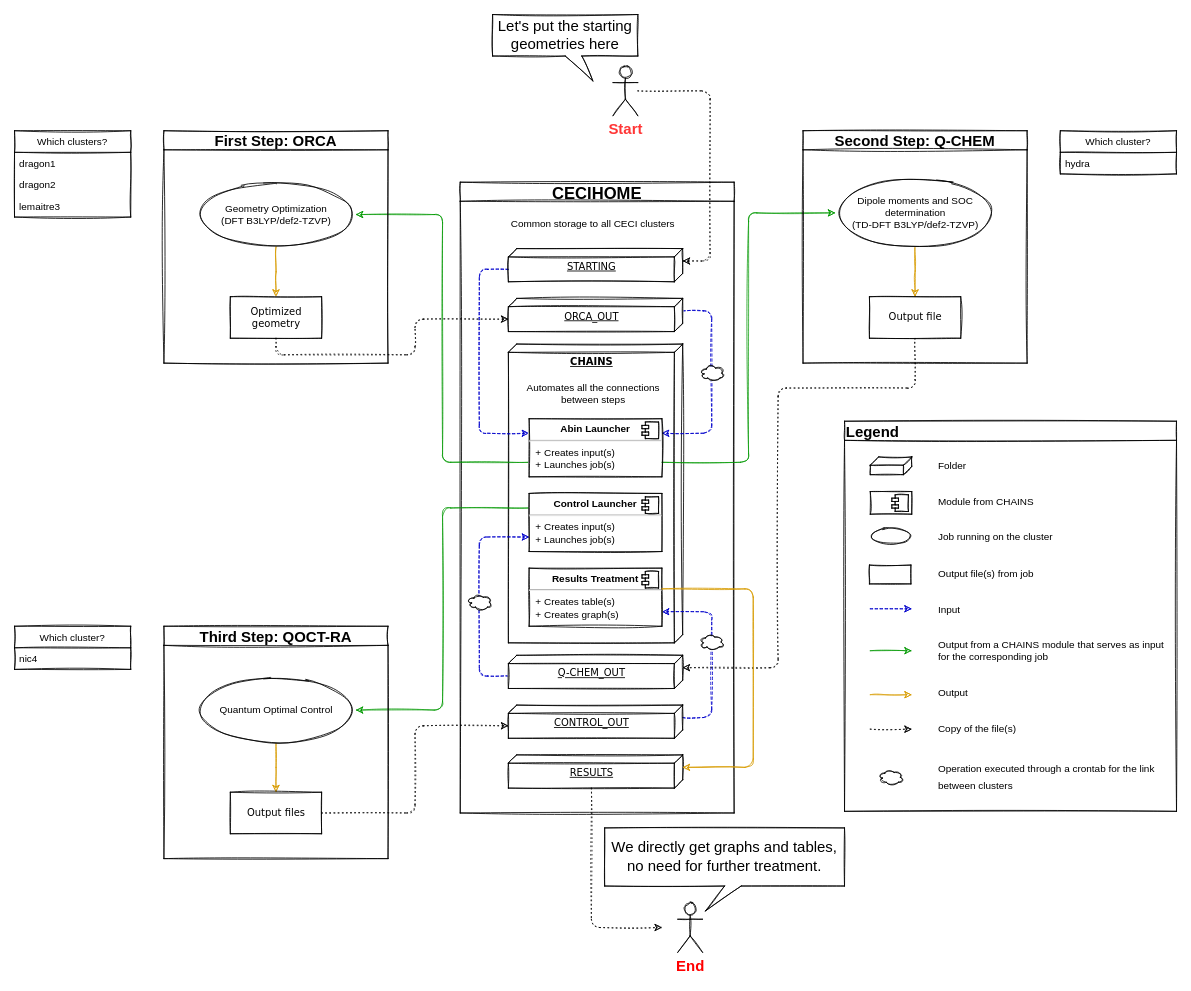
Earlier version of the draw.io diagram Documentation/chains_workflow.drawio (hexosphere/qc-pipeline). Source tidied: cells renumbered, new cells numbered last; positions are measured from the earlier drawing's top-left corner, leaving out a move shared by most shapes. Both pictures are drawn from the tidied source at 83%, with x=0, y=0 at pixel (14, 14).
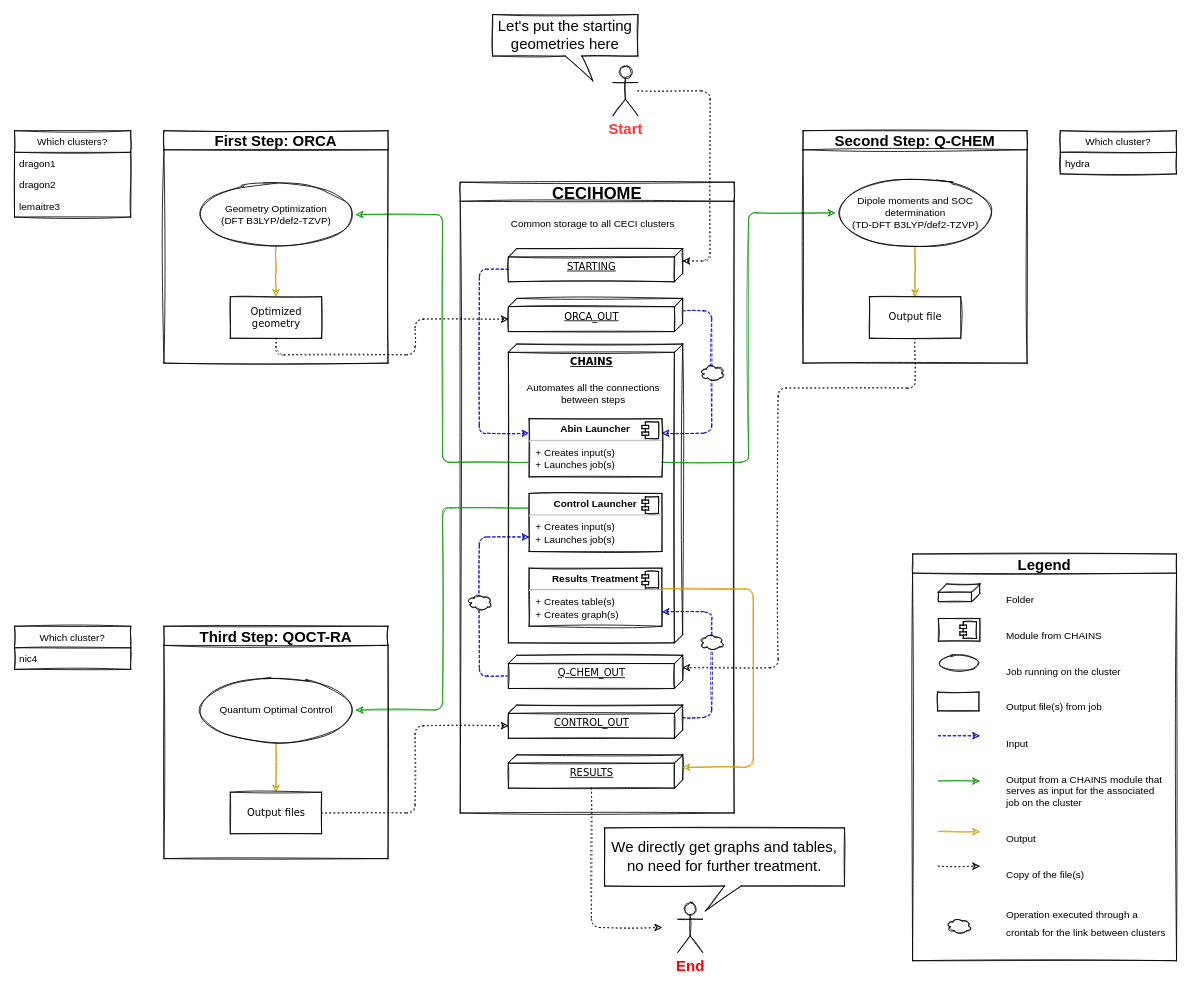
After the change.

Diff of the diagram source:
```diff
@@
-    <mxCell id="40" value="&lt;div style=&quot;font-size: 12px&quot;&gt;&lt;font style=&quot;font-size: 12px&quot;&gt;Folder&lt;/font&gt;&lt;/div&gt;&lt;div style=&quot;font-size: 12px&quot;&gt;&lt;br&gt;&lt;/div&gt;&lt;div style=&quot;font-size: 12px&quot;&gt;&lt;font style=&quot;font-size: 12px&quot;&gt;&lt;br&gt;&lt;/font&gt;&lt;/div&gt;&lt;div style=&quot;font-size: 12px&quot;&gt;&lt;font style=&quot;font-size: 12px&quot;&gt;Module from CHAINS&lt;br&gt;&lt;/font&gt;&lt;/div&gt;&lt;div style=&quot;font-size: 12px&quot;&gt;&lt;font style=&quot;font-size: 12px&quot;&gt;&lt;br&gt;&lt;/font&gt;&lt;/div&gt;&lt;div style=&quot;font-size: 12px&quot;&gt;&lt;font style=&quot;font-size: 12px&quot;&gt;&lt;br&gt;&lt;/font&gt;&lt;/div&gt;&lt;div style=&quot;font-size: 12px&quot;&gt;&lt;font style=&quot;font-size: 12px&quot;&gt;Job running on the cluster&lt;/font&gt;&lt;/div&gt;&lt;div style=&quot;font-size: 12px&quot;&gt;&lt;font style=&quot;font-size: 12px&quot;&gt;&lt;br&gt;&lt;/font&gt;&lt;/div&gt;&lt;div style=&quot;font-size: 12px&quot;&gt;&lt;font style=&quot;font-size: 12px&quot;&gt;&lt;br&gt;&lt;/font&gt;&lt;/div&gt;&lt;div style=&quot;font-size: 12px&quot;&gt;&lt;font style=&quot;font-size: 12px&quot;&gt;Output file(s) from job&lt;/font&gt;&lt;/div&gt;&lt;div style=&quot;font-size: 12px&quot;&gt;&lt;font style=&quot;font-size: 12px&quot;&gt;&lt;br&gt;&lt;/font&gt;&lt;/div&gt;&lt;div style=&quot;font-size: 12px&quot;&gt;&lt;font style=&quot;font-size: 12px&quot;&gt;&lt;br&gt;&lt;/font&gt;&lt;/div&gt;&lt;div style=&quot;font-size: 12px&quot;&gt;&lt;font style=&quot;font-size: 12px&quot;&gt;Input&lt;/font&gt;&lt;/div&gt;&lt;div style=&quot;font-size: 12px&quot;&gt;&lt;font style=&quot;font-size: 12px&quot;&gt;&lt;br&gt;&lt;/font&gt;&lt;/div&gt;&lt;div style=&quot;font-size: 12px&quot;&gt;&lt;font style=&quot;font-size: 12px&quot;&gt;&lt;br&gt;&lt;/font&gt;&lt;/div&gt;&lt;div style=&quot;font-size: 12px&quot;&gt;&lt;font style=&quot;font-size: 12px&quot;&gt;Output from a CHAINS module that serves as input for the corresponding job&lt;/font&gt;&lt;/div&gt;&lt;div style=&quot;font-size: 12px&quot;&gt;&lt;font style=&quot;font-size: 12px&quot;&gt;&lt;br&gt;&lt;/font&gt;&lt;/div&gt;&lt;div style=&quot;font-size: 12px&quot;&gt;&lt;font style=&quot;font-size: 12px&quot;&gt;&lt;br&gt;&lt;/font&gt;&lt;/div&gt;&lt;div style=&quot;font-size: 12px&quot;&gt;&lt;font style=&quot;font-size: 12px&quot;&gt;Output&lt;br&gt;&lt;/font&gt;&lt;/div&gt;&lt;div style=&quot;font-size: 12px&quot;&gt;&lt;font style=&quot;font-size: 12px&quot;&gt;&lt;br&gt;&lt;/font&gt;&lt;/div&gt;&lt;div style=&quot;font-size: 12px&quot;&gt;&lt;font style=&quot;font-size: 12px&quot;&gt;&lt;br&gt;&lt;/font&gt;&lt;/div&gt;&lt;div style=&quot;font-size: 12px&quot;&gt;&lt;font style=&quot;font-size: 12px&quot;&gt;&lt;font style=&quot;font-size: 12px&quot;&gt;Copy of the file(s)&lt;/font&gt;&lt;/font&gt;&lt;/div&gt;&lt;div style=&quot;font-size: 12px&quot;&gt;&lt;br&gt;&lt;/div&gt;&lt;div style=&quot;font-size: 12px&quot;&gt;&lt;br&gt;&lt;/div&gt;&lt;div&gt;&lt;font style=&quot;font-size: 12px&quot;&gt;Operation executed through a crontab for the link between clusters&lt;/font&gt;&lt;br&gt;&lt;/div&gt;" style="text;html=1;strokeColor=none;fillColor=none;align=left;verticalAlign=middle;whiteSpace=wrap;fontSize=18;sketch=1;" parent="1" vertex="1">
-      <mxGeometry x="1111" y="525" width="289" height="425" as="geometry" />
+    <mxCell id="40" value="&lt;div style=&quot;font-size: 12px&quot;&gt;&lt;font style=&quot;font-size: 12px&quot;&gt;Folder&lt;/font&gt;&lt;/div&gt;&lt;div style=&quot;font-size: 12px&quot;&gt;&lt;br&gt;&lt;/div&gt;&lt;div style=&quot;font-size: 12px&quot;&gt;&lt;font style=&quot;font-size: 12px&quot;&gt;&lt;br&gt;&lt;/font&gt;&lt;/div&gt;&lt;div style=&quot;font-size: 12px&quot;&gt;&lt;font style=&quot;font-size: 12px&quot;&gt;Module from CHAINS&lt;br&gt;&lt;/font&gt;&lt;/div&gt;&lt;div style=&quot;font-size: 12px&quot;&gt;&lt;font style=&quot;font-size: 12px&quot;&gt;&lt;br&gt;&lt;/font&gt;&lt;/div&gt;&lt;div style=&quot;font-size: 12px&quot;&gt;&lt;font style=&quot;font-size: 12px&quot;&gt;&lt;br&gt;&lt;/font&gt;&lt;/div&gt;&lt;div style=&quot;font-size: 12px&quot;&gt;&lt;font style=&quot;font-size: 12px&quot;&gt;Job running on the cluster&lt;/font&gt;&lt;/div&gt;&lt;div style=&quot;font-size: 12px&quot;&gt;&lt;font style=&quot;font-size: 12px&quot;&gt;&lt;br&gt;&lt;/font&gt;&lt;/div&gt;&lt;div style=&quot;font-size: 12px&quot;&gt;&lt;font style=&quot;font-size: 12px&quot;&gt;&lt;br&gt;&lt;/font&gt;&lt;/div&gt;&lt;div style=&quot;font-size: 12px&quot;&gt;&lt;font style=&quot;font-size: 12px&quot;&gt;Output file(s) from job&lt;/font&gt;&lt;/div&gt;&lt;div style=&quot;font-size: 12px&quot;&gt;&lt;font style=&quot;font-size: 12px&quot;&gt;&lt;br&gt;&lt;/font&gt;&lt;/div&gt;&lt;div style=&quot;font-size: 12px&quot;&gt;&lt;font style=&quot;font-size: 12px&quot;&gt;&lt;br&gt;&lt;/font&gt;&lt;/div&gt;&lt;div style=&quot;font-size: 12px&quot;&gt;&lt;font style=&quot;font-size: 12px&quot;&gt;Input&lt;/font&gt;&lt;/div&gt;&lt;div style=&quot;font-size: 12px&quot;&gt;&lt;font style=&quot;font-size: 12px&quot;&gt;&lt;br&gt;&lt;/font&gt;&lt;/div&gt;&lt;div style=&quot;font-size: 12px&quot;&gt;&lt;font style=&quot;font-size: 12px&quot;&gt;&lt;br&gt;&lt;/font&gt;&lt;/div&gt;&lt;div style=&quot;font-size: 12px&quot;&gt;&lt;font style=&quot;font-size: 12px&quot;&gt;Output from a CHAINS module that serves as input for the associated job on the cluster&lt;br&gt;&lt;/font&gt;&lt;/div&gt;&lt;div style=&quot;font-size: 12px&quot;&gt;&lt;font style=&quot;font-size: 12px&quot;&gt;&lt;br&gt;&lt;/font&gt;&lt;/div&gt;&lt;div style=&quot;font-size: 12px&quot;&gt;&lt;font style=&quot;font-size: 12px&quot;&gt;&lt;br&gt;&lt;/font&gt;&lt;/div&gt;&lt;div style=&quot;font-size: 12px&quot;&gt;&lt;font style=&quot;font-size: 12px&quot;&gt;Output&lt;br&gt;&lt;/font&gt;&lt;/div&gt;&lt;div style=&quot;font-size: 12px&quot;&gt;&lt;font style=&quot;font-size: 12px&quot;&gt;&lt;br&gt;&lt;/font&gt;&lt;/div&gt;&lt;div style=&quot;font-size: 12px&quot;&gt;&lt;font style=&quot;font-size: 12px&quot;&gt;&lt;br&gt;&lt;/font&gt;&lt;/div&gt;&lt;div style=&quot;font-size: 12px&quot;&gt;&lt;font style=&quot;font-size: 12px&quot;&gt;&lt;font style=&quot;font-size: 12px&quot;&gt;Copy of the file(s)&lt;/font&gt;&lt;/font&gt;&lt;/div&gt;&lt;div style=&quot;font-size: 12px&quot;&gt;&lt;br&gt;&lt;/div&gt;&lt;div style=&quot;font-size: 12px&quot;&gt;&lt;br&gt;&lt;/div&gt;&lt;div&gt;&lt;font style=&quot;font-size: 12px&quot;&gt;Operation executed through a crontab for the link between clusters&lt;/font&gt;&lt;br&gt;&lt;/div&gt;" style="text;html=1;strokeColor=none;fillColor=none;align=left;verticalAlign=middle;whiteSpace=wrap;fontSize=18;sketch=1;" parent="1" vertex="1">
+      <mxGeometry x="1193" y="683" width="197" height="447" as="geometry" />
     </mxCell>
     <mxCell id="41" style="verticalAlign=top;align=left;spacingTop=8;spacingLeft=2;spacingRight=12;shape=cube;size=10;direction=south;fontStyle=4;html=1;fontSize=18;sketch=1;" parent="1" vertex="1">
-      <mxGeometry x="1031" y="533" width="50" height="21.4" as="geometry" />
+      <mxGeometry x="1113" y="686" width="50" height="21.4" as="geometry" />
     </mxCell>
     <mxCell id="42" value="&lt;p style=&quot;margin: 0px ; margin-top: 6px ; text-align: center&quot;&gt;&lt;br&gt;&lt;/p&gt;&lt;hr&gt;&lt;p style=&quot;margin: 0px ; margin-left: 8px&quot;&gt;&lt;br&gt;&lt;/p&gt;" style="align=left;overflow=fill;html=1;fontSize=18;sketch=1;" parent="1" vertex="1">
-      <mxGeometry x="1031" y="574.7" width="50" height="27.3" as="geometry" />
+      <mxGeometry x="1113" y="727.7" width="50" height="27.3" as="geometry" />
     </mxCell>
@@
     <mxCell id="44" style="ellipse;whiteSpace=wrap;html=1;align=center;newEdgeStyle={&quot;edgeStyle&quot;:&quot;entityRelationEdgeStyle&quot;,&quot;startArrow&quot;:&quot;none&quot;,&quot;endArrow&quot;:&quot;none&quot;,&quot;segment&quot;:10,&quot;curved&quot;:1};fontSize=18;sketch=1;" parent="1" vertex="1">
-      <mxGeometry x="1031" y="618" width="50" height="20" as="geometry" />
+      <mxGeometry x="1113" y="771" width="50" height="20" as="geometry" />
     </mxCell>
     <mxCell id="45" style="html=1;shadow=0;comic=0;labelBackgroundColor=none;strokeWidth=1;fontFamily=Verdana;fontSize=12;align=center;sketch=1;" parent="1" vertex="1">
-      <mxGeometry x="1030" y="663.3" width="50" height="22.7" as="geometry" />
+      <mxGeometry x="1112" y="816.3" width="50" height="22.7" as="geometry" />
     </mxCell>
     <mxCell id="46" style="endArrow=classic;html=1;dashed=1;fontSize=18;strokeColor=#0000CC;sketch=1;" parent="1" edge="1">
       <mxGeometry relative="1" as="geometry">
-        <mxPoint x="1031" y="716" as="sourcePoint" />
-        <mxPoint x="1081" y="716" as="targetPoint" />
+        <mxPoint x="1113" y="869" as="sourcePoint" />
+        <mxPoint x="1163" y="869" as="targetPoint" />
       </mxGeometry>
     </mxCell>
     <mxCell id="47" style="endArrow=classic;html=1;dashed=1;dashPattern=1 1;strokeColor=#009900;fontSize=18;sketch=1;" parent="1" edge="1">
       <mxGeometry relative="1" as="geometry">
-        <mxPoint x="1031" y="766.5" as="sourcePoint" />
-        <mxPoint x="1081" y="766.5" as="targetPoint" />
+        <mxPoint x="1113" y="923.5" as="sourcePoint" />
+        <mxPoint x="1163" y="923.5" as="targetPoint" />
       </mxGeometry>
     </mxCell>
     <mxCell id="48" style="endArrow=classic;html=1;dashed=1;dashPattern=1 1;strokeColor=#d79b00;fontSize=18;fillColor=#ffe6cc;sketch=1;" parent="1" edge="1">
       <mxGeometry relative="1" as="geometry">
-        <mxPoint x="1031" y="819.5" as="sourcePoint" />
-        <mxPoint x="1081" y="819.5" as="targetPoint" />
+        <mxPoint x="1113" y="984.5" as="sourcePoint" />
+        <mxPoint x="1163" y="984.5" as="targetPoint" />
       </mxGeometry>
     </mxCell>
     <mxCell id="49" style="endArrow=classic;html=1;dashed=1;dashPattern=1 4;fontSize=18;sketch=1;" parent="1" edge="1">
       <mxGeometry relative="1" as="geometry">
-        <mxPoint x="1031" y="861" as="sourcePoint" />
-        <mxPoint x="1081" y="861" as="targetPoint" />
+        <mxPoint x="1113" y="1026" as="sourcePoint" />
+        <mxPoint x="1163" y="1026" as="targetPoint" />
       </mxGeometry>
     </mxCell>
@@
-    <mxCell id="54" value="Legend" style="swimlane;fontSize=18;align=left;sketch=1;" parent="1" vertex="1">
-      <mxGeometry x="1000" y="490" width="400" height="470" as="geometry" />
+    <mxCell id="54" value="Legend" style="swimlane;fontSize=18;align=center;sketch=1;" parent="1" vertex="1">
+      <mxGeometry x="1082" y="650" width="318" height="490" as="geometry" />
     </mxCell>
     <mxCell id="55" style="ellipse;shape=cloud;whiteSpace=wrap;html=1;fontColor=#FF0505;sketch=1;" parent="54" vertex="1">
-      <mxGeometry x="41" y="419" width="30" height="20" as="geometry" />
+      <mxGeometry x="41" y="438" width="30" height="20" as="geometry" />
     </mxCell>
```
